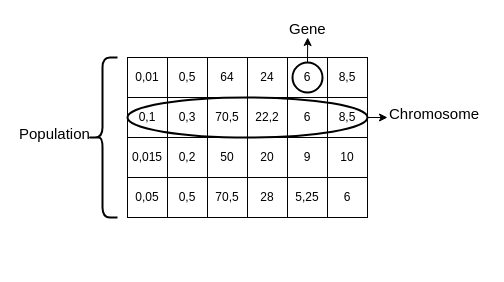
This is doku/sonstige/population.drawio from OgLocGreen/Genetic_Algorithm, a draw.io file, before an edit. Source tidied: cells renumbered, new cells numbered last; positions are measured from the earlier drawing's top-left corner, leaving out a move shared by most shapes. Both pictures are drawn from the tidied source at 100%, with x=0, y=0 at pixel (17, 17).
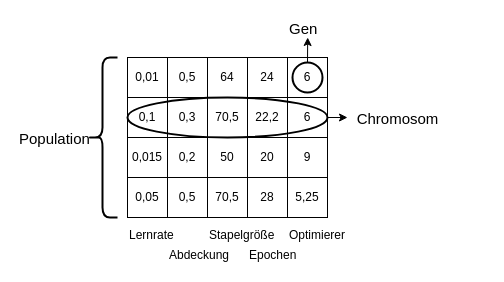
The same page after the edit.

The edit, as a diff of the source:
```diff
@@
-    <mxCell id="7" value="8,5" style="rounded=0;whiteSpace=wrap;html=1;" parent="1" vertex="1">
-      <mxGeometry x="310" y="80" width="40" height="40" as="geometry" />
-    </mxCell>
@@
-    <mxCell id="13" value="8,5" style="rounded=0;whiteSpace=wrap;html=1;" parent="1" vertex="1">
-      <mxGeometry x="310" y="40" width="40" height="40" as="geometry" />
-    </mxCell>
@@
-    <mxCell id="19" value="10" style="rounded=0;whiteSpace=wrap;html=1;" parent="1" vertex="1">
-      <mxGeometry x="310" y="120" width="40" height="40" as="geometry" />
-    </mxCell>
@@
-    <mxCell id="25" value="6" style="rounded=0;whiteSpace=wrap;html=1;" parent="1" vertex="1">
-      <mxGeometry x="310" y="160" width="40" height="40" as="geometry" />
-    </mxCell>
@@
-    <mxCell id="29" style="edgeStyle=orthogonalEdgeStyle;rounded=0;orthogonalLoop=1;jettySize=auto;html=1;exitX=1;exitY=0.5;exitDx=0;exitDy=0;fontColor=#000000;" parent="1" edge="1">
+    <mxCell id="29" style="edgeStyle=orthogonalEdgeStyle;rounded=0;jettySize=auto;html=1;exitX=1;exitY=0.5;exitDx=0;exitDy=0;fontColor=#000000;" parent="1" edge="1" source="33">
       <mxGeometry relative="1" as="geometry">
-        <mxPoint x="350.2" y="100" as="sourcePoint" />
-        <mxPoint x="370" y="100" as="targetPoint" />
+        <mxPoint x="330" y="100" as="targetPoint" />
       </mxGeometry>
     </mxCell>
     <mxCell id="30" value="&lt;font style=&quot;font-size: 15px&quot;&gt;Population&lt;/font&gt;" style="text;html=1;align=left;verticalAlign=top;spacingTop=-4;fontColor=#000000;" parent="1" vertex="1">
-      <mxGeometry y="105" width="80" height="20" as="geometry" />
+      <mxGeometry y="110" width="80" height="20" as="geometry" />
     </mxCell>
-    <mxCell id="31" value="&lt;div style=&quot;font-size: 15px&quot;&gt;&lt;font style=&quot;font-size: 15px&quot;&gt;Gene&lt;/font&gt;&lt;/div&gt;&lt;div style=&quot;font-size: 15px&quot;&gt;&lt;font style=&quot;font-size: 15px&quot;&gt;&lt;br&gt;&lt;/font&gt;&lt;/div&gt;" style="text;html=1;align=left;verticalAlign=top;spacingTop=-4;fontColor=#000000;" parent="1" vertex="1">
-      <mxGeometry x="270" width="50" height="30" as="geometry" />
+    <mxCell id="31" value="&lt;div style=&quot;font-size: 15px&quot;&gt;&lt;font style=&quot;font-size: 15px&quot;&gt;Gen&lt;/font&gt;&lt;/div&gt;&lt;div style=&quot;font-size: 15px&quot;&gt;&lt;font style=&quot;font-size: 15px&quot;&gt;&lt;br&gt;&lt;/font&gt;&lt;/div&gt;" style="text;html=1;align=left;verticalAlign=top;spacingTop=-4;fontColor=#000000;" parent="1" vertex="1">
+      <mxGeometry x="270" width="40" height="30" as="geometry" />
     </mxCell>
-    <mxCell id="32" value="&lt;div style=&quot;font-size: 15px&quot;&gt;&lt;font style=&quot;font-size: 15px&quot;&gt;Chromosome&lt;/font&gt;&lt;/div&gt;&lt;div style=&quot;font-size: 15px&quot;&gt;&lt;font style=&quot;font-size: 15px&quot;&gt;&lt;br&gt;&lt;/font&gt;&lt;/div&gt;" style="text;html=1;align=left;verticalAlign=top;spacingTop=-4;fontColor=#000000;" parent="1" vertex="1">
-      <mxGeometry x="370" y="85" width="100" height="30" as="geometry" />
+    <mxCell id="32" value="&lt;div style=&quot;font-size: 15px&quot;&gt;&lt;font style=&quot;font-size: 15px&quot;&gt;Chromosom&lt;/font&gt;&lt;/div&gt;&lt;div style=&quot;font-size: 15px&quot;&gt;&lt;font style=&quot;font-size: 15px&quot;&gt;&lt;br&gt;&lt;/font&gt;&lt;/div&gt;" style="text;html=1;align=center;verticalAlign=top;spacingTop=-4;fontColor=#000000;" parent="1" vertex="1">
+      <mxGeometry x="330" y="90" width="100" height="30" as="geometry" />
     </mxCell>
     <mxCell id="33" style="ellipse;whiteSpace=wrap;html=1;labelBackgroundColor=none;labelBorderColor=none;fontColor=#000000;fillColor=none;strokeWidth=2;" parent="1" vertex="1">
-      <mxGeometry x="110" y="80" width="240" height="40" as="geometry" />
+      <mxGeometry x="110" y="80" width="200" height="40" as="geometry" />
     </mxCell>
+    <mxCell id="34" value="Lernrate" style="text;html=1;align=left;verticalAlign=top;spacingTop=-4;" parent="1" vertex="1">
+      <mxGeometry x="110" y="208" width="60" height="20" as="geometry" />
+    </mxCell>
+    <mxCell id="35" value="Abdeckung" style="text;html=1;align=left;verticalAlign=top;spacingTop=-4;" parent="1" vertex="1">
+      <mxGeometry x="150" y="228" width="80" height="20" as="geometry" />
+    </mxCell>
+    <mxCell id="36" value="Stapelgröße" style="text;html=1;align=left;verticalAlign=top;spacingTop=-4;" parent="1" vertex="1">
+      <mxGeometry x="190" y="208" width="80" height="20" as="geometry" />
+    </mxCell>
+    <mxCell id="37" value="Epochen" style="text;html=1;align=left;verticalAlign=top;spacingTop=-4;" parent="1" vertex="1">
+      <mxGeometry x="230" y="228" width="60" height="20" as="geometry" />
+    </mxCell>
+    <mxCell id="38" value="Optimierer" style="text;html=1;align=left;verticalAlign=top;spacingTop=-4;" parent="1" vertex="1">
+      <mxGeometry x="270" y="208" width="70" height="20" as="geometry" />
+    </mxCell>
```
